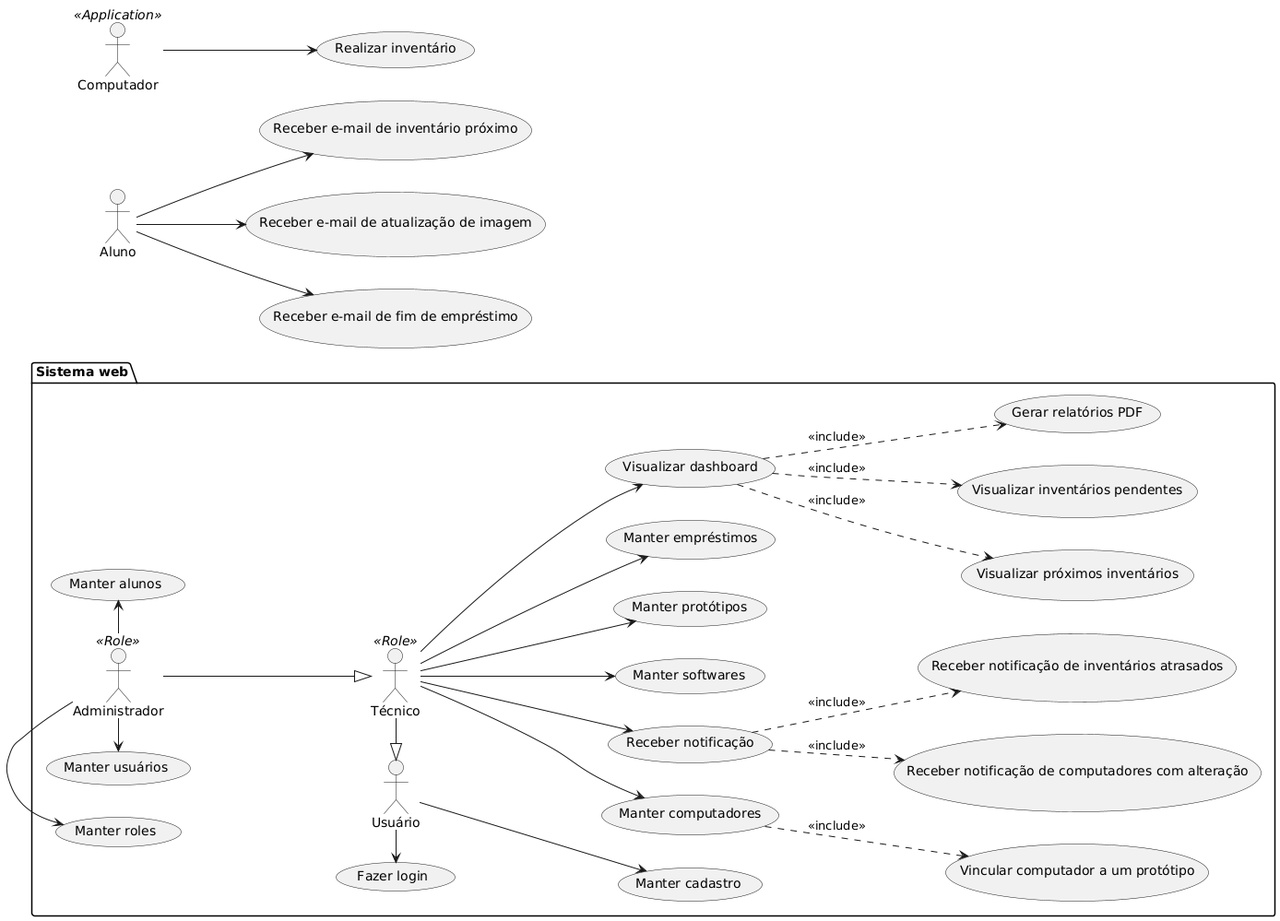
Earlier version of the PlantUML export resources/casos-de-uso.png (kavvata/sigemp).
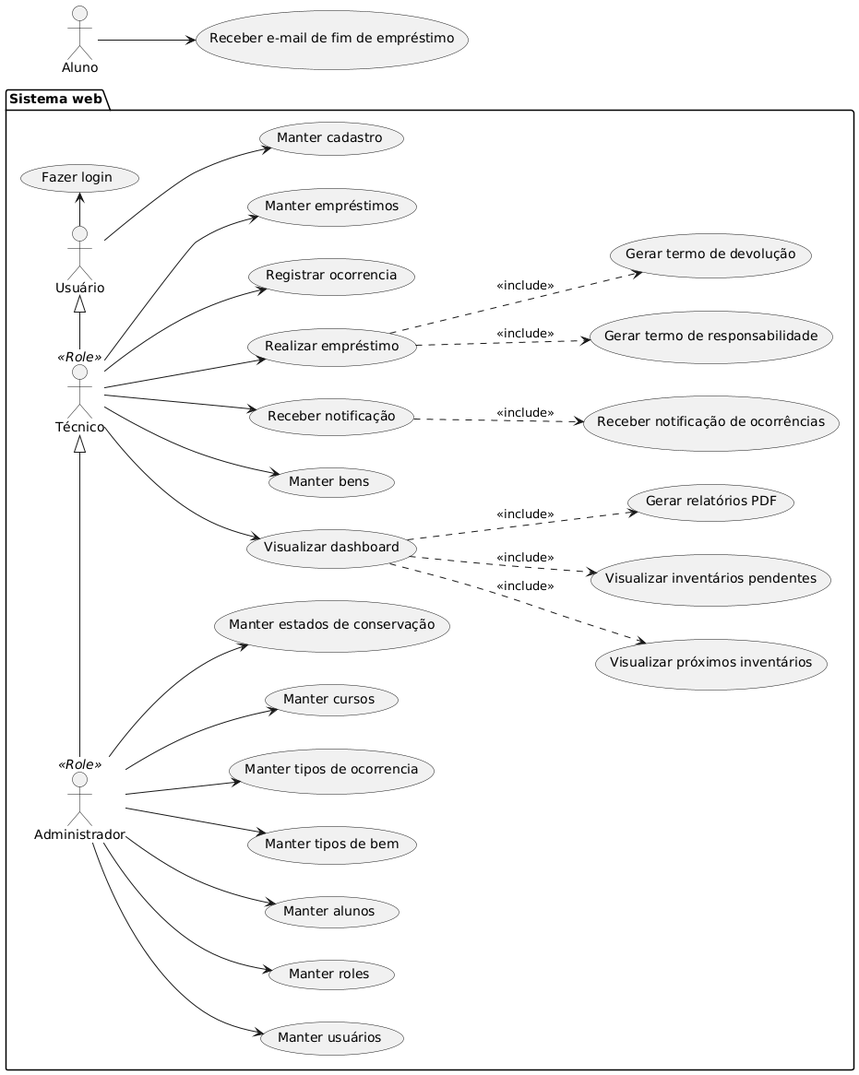
The same diagram one commit later.

Commit message:
docs(usecase)!: alterado casos de uso para o novo escopo do projeto

The edit, as a diff of the source:
```diff
@@ -6,39 +6,40 @@
     :Técnico: as tec <<Role>>
     :Administrador: as admin <<Role>>
 
-    user -l-> (Fazer login)
+    user -r-> (Fazer login)
     user --> (Manter cadastro)
 
     "Visualizar dashboard" as (dash)
-    "Manter computadores" as (crudcomp)
+    "Manter bens" as (crudbens)
     "Receber notificação" as (notificacao)
-    tec -l-|> user
-    tec --> (Manter softwares)
-    tec --> (Manter protótipos)
+    "Realizar empréstimo" as (emp)
+    "Registrar ocorrencia" as (oco)
+    tec -r-|> user
     tec --> (Manter empréstimos)
-    tec --> crudcomp
+    tec --> crudbens
     tec --> dash
     tec --> notificacao
+    tec --> oco
+    tec --> emp
+    emp ..> (Gerar termo de responsabilidade) :<<include>>
+    emp ..> (Gerar termo de devolução) :<<include>>
 
-    notificacao ..> (Receber notificação de inventários atrasados) : <<include>>
-    notificacao ..> (Receber notificação de computadores com alteração) : <<include>>
+    notificacao ..> (Receber notificação de ocorrências) : <<include>>
 
     dash ..> (Visualizar próximos inventários) : <<include>>
     dash ..> (Visualizar inventários pendentes) : <<include>>
     dash ..> (Gerar relatórios PDF) : <<include>>
 
-    crudcomp ..> (Vincular computador a um protótipo) : <<include>>
-
-    admin -d-|> tec
-    admin -l-> (Manter usuários)
-    admin -l-> (Manter roles)
-    admin -> (Manter alunos)
+    admin -|> tec
+    admin --> (Manter usuários)
+    admin --> (Manter roles)
+    admin --> (Manter alunos)
+    admin --> (Manter tipos de bem)
+    admin --> (Manter tipos de ocorrencia)
+    admin --> (Manter cursos)
+    admin --> (Manter estados de conservação)
   }
 
-  :Aluno: as alu
-  alu --> (Receber e-mail de inventário próximo)
-  alu --> (Receber e-mail de atualização de imagem)
-  alu --> (Receber e-mail de fim de empréstimo)
-  :Computador: as comp <<Application>>
-  comp --> (Realizar inventário)
+  :Aluno: as aluno
+  aluno --> (Receber e-mail de fim de empréstimo)
 @enduml
```
